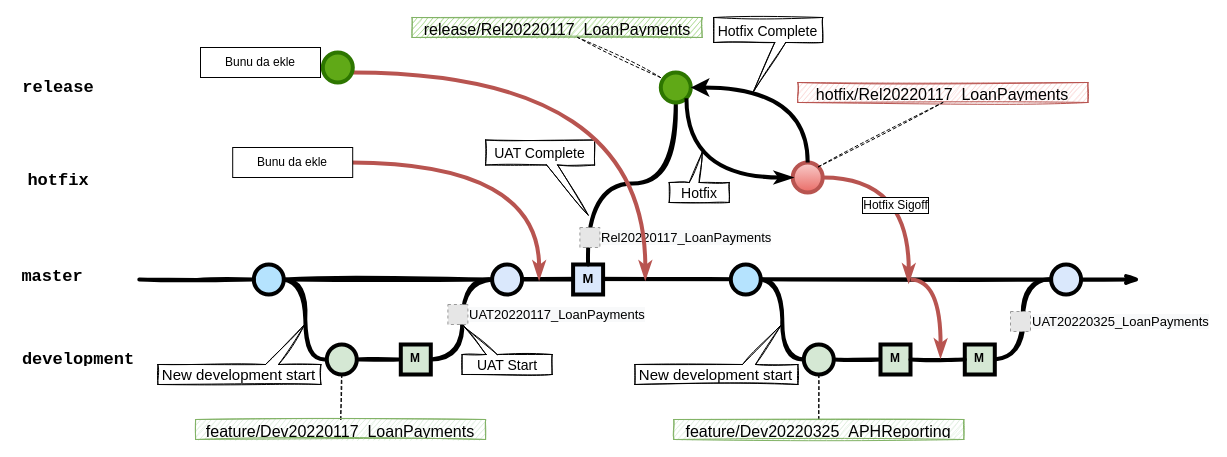
Above: Img4_Suppor_Dev_Merge.drawio in berdem/Tahta (draw.io), before the change. Source tidied: cells renumbered, new cells numbered last; positions are measured from the earlier drawing's top-left corner, leaving out a move shared by most shapes. Both pictures are drawn from the tidied source at 100%, with x=0, y=0 at pixel (17, 17). Pictures stored in the file or linked from it are replaced by grey dashed boxes.
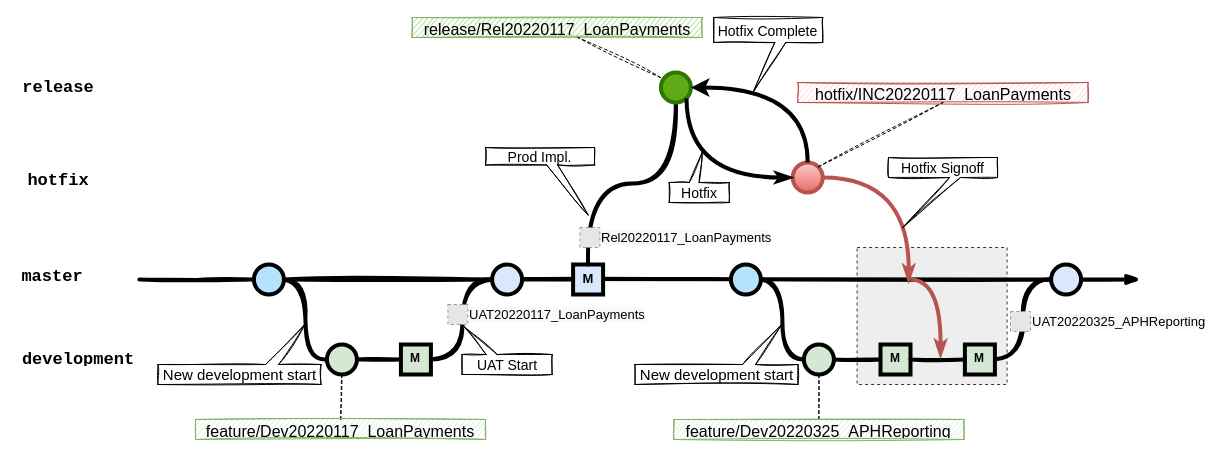
The same page after the edit.

The change refers to these unchanged cells:
```xml
<mxCell id="6" style="verticalLabelPosition=bottom;verticalAlign=top;html=1;strokeWidth=4;shape=mxgraph.flowchart.on-page_reference;plain-blue;gradientColor=none;strokeColor=#000000;" parent="1" vertex="1">
  <mxGeometry x="474.6" y="247" width="30" height="30" as="geometry" />
</mxCell>
<mxCell id="31" style="edgeStyle=orthogonalEdgeStyle;curved=1;rounded=0;jettySize=auto;html=1;exitX=1;exitY=0.5;exitDx=0;exitDy=0;exitPerimeter=0;endArrow=classicThin;endFill=1;strokeWidth=4;fontFamily=Courier New;fontColor=#009900;fillColor=#f8cecc;strokeColor=#b85450;" parent="1" edge="1" source="28">
  <mxGeometry relative="1" as="geometry">
    <mxPoint x="891.2" y="265" as="targetPoint" />
  </mxGeometry>
</mxCell>
```

What changed in the source:
```diff
@@
+    <mxCell id="57" style="rounded=0;whiteSpace=wrap;html=1;dashed=1;fillColor=#eeeeee;strokeColor=#36393d;" parent="1" vertex="1">
+      <mxGeometry x="839.6" y="230" width="150" height="137" as="geometry" />
+    </mxCell>
     <mxCell id="2" style="edgeStyle=orthogonalEdgeStyle;rounded=0;html=1;jettySize=auto;plain-blue;endArrow=none;endFill=0;strokeWidth=4;strokeColor=#000000;sketch=1;" parent="1" edge="1" source="4" target="6">
-      <mxGeometry x="1103.3" y="1722" as="geometry" />
+      <mxGeometry x="1126.8" y="1472" as="geometry" />
     </mxCell>
@@
     <mxCell id="4" style="verticalLabelPosition=bottom;verticalAlign=top;html=1;strokeWidth=4;shape=mxgraph.flowchart.on-page_reference;plain-blue;gradientColor=none;fillColor=#B5E3Fe;strokeColor=#000000;" parent="1" vertex="1">
-      <mxGeometry x="236.3" y="247" width="30" height="30" as="geometry" />
+      <mxGeometry x="236.4" y="247" width="30" height="30" as="geometry" />
     </mxCell>
@@
     <mxCell id="7" style="edgeStyle=orthogonalEdgeStyle;curved=1;rounded=0;orthogonalLoop=1;jettySize=auto;html=1;endArrow=openThin;endFill=0;strokeWidth=4;fontFamily=Courier New;fontSize=16;startArrow=none;startFill=0;sketch=1;" parent="1" edge="1">
       <mxGeometry relative="1" as="geometry">
         <mxPoint x="504.6" y="261.5" as="sourcePoint" />
         <mxPoint x="1123" y="262" as="targetPoint" />
         <Array as="points">
-          <mxPoint x="641.8" y="262" />
-          <mxPoint x="641.8" y="262" />
+          <mxPoint x="641.9" y="262" />
+          <mxPoint x="641.9" y="262" />
         </Array>
       </mxGeometry>
     </mxCell>
     <mxCell id="8" style="edgeStyle=orthogonalEdgeStyle;rounded=0;html=1;jettySize=auto;strokeWidth=4;endArrow=none;endFill=0;sketch=1;" parent="1" edge="1" target="4">
-      <mxGeometry x="1003.3" y="1722" as="geometry">
-        <mxPoint x="121.8" y="262" as="sourcePoint" />
+      <mxGeometry x="1026.8" y="1472" as="geometry">
+        <mxPoint x="121.9" y="262" as="sourcePoint" />
       </mxGeometry>
     </mxCell>
     <mxCell id="9" style="rounded=0;html=1;exitX=1;exitY=0.5;exitPerimeter=0;entryX=0;entryY=0.5;entryPerimeter=0;endArrow=none;endFill=0;jettySize=auto;strokeWidth=4;fontSize=15;sketch=1;" parent="1" edge="1" source="10">
       <mxGeometry relative="1" as="geometry">
-        <mxPoint x="381.3" y="342" as="targetPoint" />
+        <mxPoint x="381.4" y="342" as="targetPoint" />
       </mxGeometry>
     </mxCell>
     <mxCell id="10" style="verticalLabelPosition=bottom;verticalAlign=top;html=1;strokeWidth=4;shape=mxgraph.flowchart.on-page_reference;plain-purple;gradientColor=none;strokeColor=#000000;fillColor=#D5E8D4;" parent="1" vertex="1">
-      <mxGeometry x="309.3" y="327" width="30" height="30" as="geometry" />
+      <mxGeometry x="309.4" y="327" width="30" height="30" as="geometry" />
     </mxCell>
     <mxCell id="11" style="edgeStyle=orthogonalEdgeStyle;curved=1;rounded=0;html=1;entryX=0;entryY=0.5;entryPerimeter=0;endArrow=none;endFill=0;jettySize=auto;strokeWidth=4;fontSize=15;sketch=1;" parent="1" edge="1" target="6">
       <mxGeometry relative="1" as="geometry">
-        <mxPoint x="413.8" y="342" as="sourcePoint" />
+        <mxPoint x="413.9" y="342" as="sourcePoint" />
       </mxGeometry>
     </mxCell>
     <mxCell id="12" value="&lt;b&gt;M&lt;/b&gt;" style="whiteSpace=wrap;html=1;verticalAlign=top;fillColor=#D5E8D4;strokeColor=#000000;strokeWidth=4;gradientColor=none;" parent="1" vertex="1">
-      <mxGeometry x="383.3" y="327" width="30" height="30" as="geometry" />
+      <mxGeometry x="383.4" y="327" width="30" height="30" as="geometry" />
     </mxCell>
@@
     <mxCell id="15" style="verticalLabelPosition=bottom;verticalAlign=top;html=1;strokeWidth=4;shape=mxgraph.flowchart.on-page_reference;strokeColor=#2D7600;fillColor=#60a917;fontColor=#ffffff;" parent="1" vertex="1">
-      <mxGeometry x="643.3" y="55" width="30" height="30" as="geometry" />
+      <mxGeometry x="643.4" y="55" width="30" height="30" as="geometry" />
     </mxCell>
@@
     <mxCell id="19" value="&lt;font style=&quot;font-size: 15px&quot;&gt;New development start&lt;/font&gt;" style="shape=callout;whiteSpace=wrap;html=1;perimeter=calloutPerimeter;fontSize=16;position2=0.1;rotation=0;base=13;size=40;position=0.26;rounded=0;shadow=0;sketch=1;direction=west;" parent="1" vertex="1">
-      <mxGeometry x="140.4" y="307" width="163" height="60" as="geometry" />
+      <mxGeometry x="140.5" y="307" width="163" height="60" as="geometry" />
     </mxCell>
@@
-    <mxCell id="21" value="&lt;font style=&quot;font-size: 14px&quot;&gt;UAT Complete&lt;/font&gt;" style="shape=callout;whiteSpace=wrap;html=1;perimeter=calloutPerimeter;fontSize=16;position2=0.94;rotation=0;base=11;size=50;position=0.56;rounded=0;shadow=0;sketch=1;direction=east;arcSize=15;" parent="1" vertex="1">
-      <mxGeometry x="468.1" y="122.5" width="109" height="75" as="geometry" />
+    <mxCell id="21" value="&lt;font style=&quot;font-size: 14px&quot;&gt;Prod Impl.&lt;/font&gt;" style="shape=callout;whiteSpace=wrap;html=1;perimeter=calloutPerimeter;fontSize=16;position2=0.94;rotation=0;base=11;size=50;position=0.56;rounded=0;shadow=0;sketch=1;direction=east;arcSize=15;" parent="1" vertex="1">
+      <mxGeometry x="468.1" y="130" width="109" height="67.5" as="geometry" />
     </mxCell>
@@
     <mxCell id="26" value="&lt;span style=&quot;font-size: 16px&quot;&gt;release/Rel20220117_LoanPayments&lt;/span&gt;" style="text;html=1;strokeColor=#82b366;fillColor=#97D077;align=center;verticalAlign=middle;whiteSpace=wrap;overflow=hidden;rounded=0;shadow=0;sketch=1;fontSize=15;" parent="1" vertex="1">
-      <mxGeometry x="394.6" width="290" height="20" as="geometry" />
+      <mxGeometry x="394.7" width="290" height="20" as="geometry" />
     </mxCell>
@@
-    <mxCell id="32" value="Hotfix Sigoff" style="edgeLabel;html=1;align=center;verticalAlign=middle;labelBorderColor=default;fontSize=12;" parent="31" vertex="1">
-      <mxGeometry x="0.19" y="-14" relative="1" as="geometry" />
-    </mxCell>
-    <mxCell id="33" value="&lt;span style=&quot;font-size: 16px&quot;&gt;hotfix/Rel20220117_LoanPayments&lt;/span&gt;" style="text;html=1;strokeColor=#b85450;fillColor=#f8cecc;align=center;verticalAlign=middle;whiteSpace=wrap;overflow=hidden;rounded=0;shadow=0;sketch=1;fontSize=15;" parent="1" vertex="1">
-      <mxGeometry x="780.4" y="65" width="290" height="20" as="geometry" />
+    <mxCell id="33" value="&lt;span style=&quot;font-size: 16px&quot;&gt;hotfix/INC20220117_LoanPayments&lt;/span&gt;" style="text;html=1;strokeColor=#b85450;fillColor=#f8cecc;align=center;verticalAlign=middle;whiteSpace=wrap;overflow=hidden;rounded=0;shadow=0;sketch=1;fontSize=15;" parent="1" vertex="1">
+      <mxGeometry x="780.5" y="65" width="290" height="20" as="geometry" />
     </mxCell>
@@
     <mxCell id="39" style="verticalLabelPosition=bottom;verticalAlign=top;html=1;strokeWidth=4;shape=mxgraph.flowchart.on-page_reference;plain-blue;gradientColor=none;fillColor=#B5E3Fe;strokeColor=#000000;" parent="1" vertex="1">
-      <mxGeometry x="713.3" y="247" width="30" height="30" as="geometry" />
+      <mxGeometry x="713.4" y="247" width="30" height="30" as="geometry" />
     </mxCell>
@@
     <mxCell id="42" style="verticalLabelPosition=bottom;verticalAlign=top;html=1;strokeWidth=4;shape=mxgraph.flowchart.on-page_reference;plain-purple;gradientColor=none;strokeColor=#000000;fillColor=#D5E8D4;" parent="1" vertex="1">
-      <mxGeometry x="786.3" y="327" width="30" height="30" as="geometry" />
+      <mxGeometry x="786.4" y="327" width="30" height="30" as="geometry" />
     </mxCell>
@@
     <mxCell id="44" value="&lt;b&gt;M&lt;/b&gt;" style="whiteSpace=wrap;html=1;verticalAlign=top;fillColor=#D5E8D4;strokeColor=#000000;strokeWidth=4;gradientColor=none;" parent="1" vertex="1">
-      <mxGeometry x="947.3" y="327" width="30" height="30" as="geometry" />
+      <mxGeometry x="947.4" y="327" width="30" height="30" as="geometry" />
     </mxCell>
     <mxCell id="45" value="&lt;font style=&quot;font-size: 15px&quot;&gt;New development start&lt;/font&gt;" style="shape=callout;whiteSpace=wrap;html=1;perimeter=calloutPerimeter;fontSize=16;position2=0.1;rotation=0;base=13;size=40;position=0.26;rounded=0;shadow=0;sketch=1;direction=west;" parent="1" vertex="1">
-      <mxGeometry x="617.4" y="307" width="163" height="60" as="geometry" />
+      <mxGeometry x="617.5" y="307" width="163" height="60" as="geometry" />
     </mxCell>
@@
     <mxCell id="47" value="&lt;span style=&quot;font-size: 16px&quot;&gt;feature/Dev20220325_APHReporting&lt;/span&gt;" style="text;html=1;strokeColor=#82b366;fillColor=#d5e8d4;align=center;verticalAlign=middle;whiteSpace=wrap;overflow=hidden;rounded=0;shadow=0;sketch=1;fontSize=15;" parent="1" vertex="1">
-      <mxGeometry x="656.3" y="402" width="290" height="20" as="geometry" />
+      <mxGeometry x="656.4" y="402" width="290" height="20" as="geometry" />
     </mxCell>
@@
-    <mxCell id="51" value="&lt;span style=&quot;text-align: center ; background-color: rgb(248 , 249 , 250)&quot;&gt;UAT20220325_LoanPayments&lt;/span&gt;" style="fillColor=#E6E6E6;strokeColor=#999999;dashed=1;html=1;verticalAlign=middle;verticalLabelPosition=middle;labelBackgroundColor=#ffffff;fontSize=13;rotation=0;labelPosition=right;align=left;" parent="1" vertex="1">
+    <mxCell id="51" value="&lt;span style=&quot;text-align: center ; background-color: rgb(248 , 249 , 250)&quot;&gt;UAT20220325_APHReporting&lt;/span&gt;" style="fillColor=#E6E6E6;strokeColor=#999999;dashed=1;html=1;verticalAlign=middle;verticalLabelPosition=middle;labelBackgroundColor=#ffffff;fontSize=13;rotation=0;labelPosition=right;align=left;" parent="1" vertex="1">
       <mxGeometry x="993" y="294" width="20" height="20" as="geometry" />
     </mxCell>
-    <mxCell id="52" style="edgeStyle=orthogonalEdgeStyle;curved=1;rounded=0;orthogonalLoop=1;jettySize=auto;html=1;endArrow=classicThin;endFill=1;strokeWidth=4;fontFamily=Courier New;fontColor=#009900;fillColor=#f8cecc;strokeColor=#b85450;" parent="1" edge="1">
-      <mxGeometry relative="1" as="geometry">
-        <mxPoint x="335.2" y="55" as="sourcePoint" />
-        <mxPoint x="627.8" y="262" as="targetPoint" />
-      </mxGeometry>
-    </mxCell>
-    <mxCell id="53" style="verticalLabelPosition=bottom;verticalAlign=top;html=1;strokeWidth=4;shape=mxgraph.flowchart.on-page_reference;strokeColor=#2D7600;fillColor=#60a917;fontColor=#ffffff;" parent="1" vertex="1">
-      <mxGeometry x="305.3" y="35" width="30" height="30" as="geometry" />
-    </mxCell>
-    <mxCell id="54" value="Bunu da ekle" style="whiteSpace=wrap;html=1;" parent="1" vertex="1">
-      <mxGeometry x="183" y="30" width="120" height="30" as="geometry" />
-    </mxCell>
-    <mxCell id="55" style="edgeStyle=orthogonalEdgeStyle;curved=1;rounded=0;orthogonalLoop=1;jettySize=auto;html=1;endArrow=classicThin;endFill=1;strokeWidth=4;fontFamily=Courier New;fontColor=#009900;fillColor=#f8cecc;strokeColor=#b85450;" parent="1" edge="1">
-      <mxGeometry relative="1" as="geometry">
-        <mxPoint x="333" y="145" as="sourcePoint" />
-        <mxPoint x="521.6" y="262" as="targetPoint" />
-      </mxGeometry>
-    </mxCell>
-    <mxCell id="56" value="Bunu da ekle" style="whiteSpace=wrap;html=1;" parent="1" vertex="1">
-      <mxGeometry x="215.2" y="130" width="120" height="30" as="geometry" />
-    </mxCell>
+    <mxCell id="58" value="&lt;font style=&quot;font-size: 14px&quot;&gt;Hotfix Signoff&lt;/font&gt;" style="shape=callout;whiteSpace=wrap;html=1;perimeter=calloutPerimeter;fontSize=16;position2=0.13;rotation=0;base=11;size=50;position=0.56;rounded=0;shadow=0;sketch=1;direction=east;arcSize=15;" parent="1" vertex="1">
+      <mxGeometry x="871" y="140" width="109" height="70" as="geometry" />
+    </mxCell>
```
